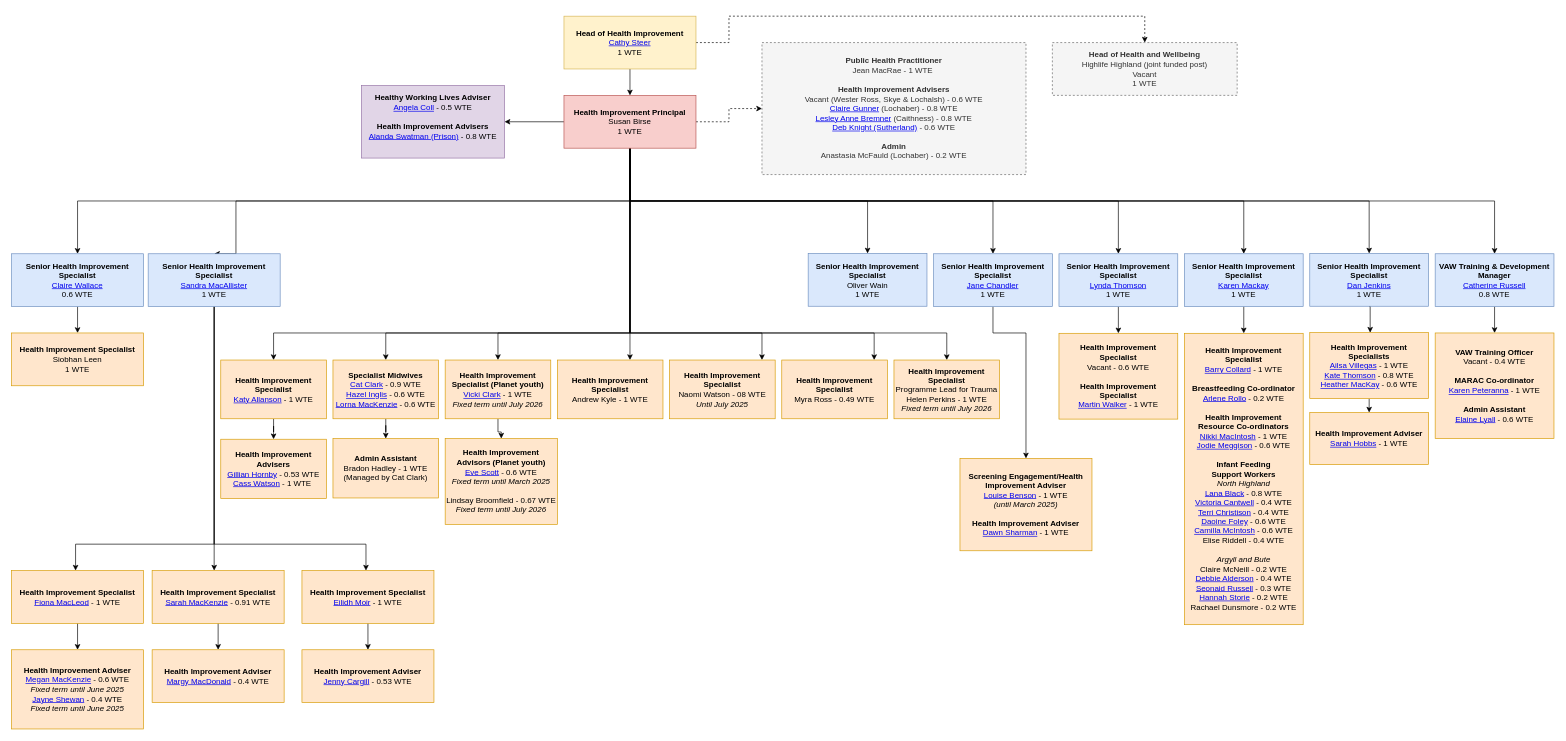
The draw.io diagram Untitled Diagram.drawio in barrycollard/staffOrgChart, before the edit. Source tidied: cells renumbered, new cells numbered last; positions are measured from the earlier drawing's top-left corner, leaving out a move shared by most shapes. Both pictures are drawn from the tidied source at 66%, with x=0, y=0 at pixel (11, 16).
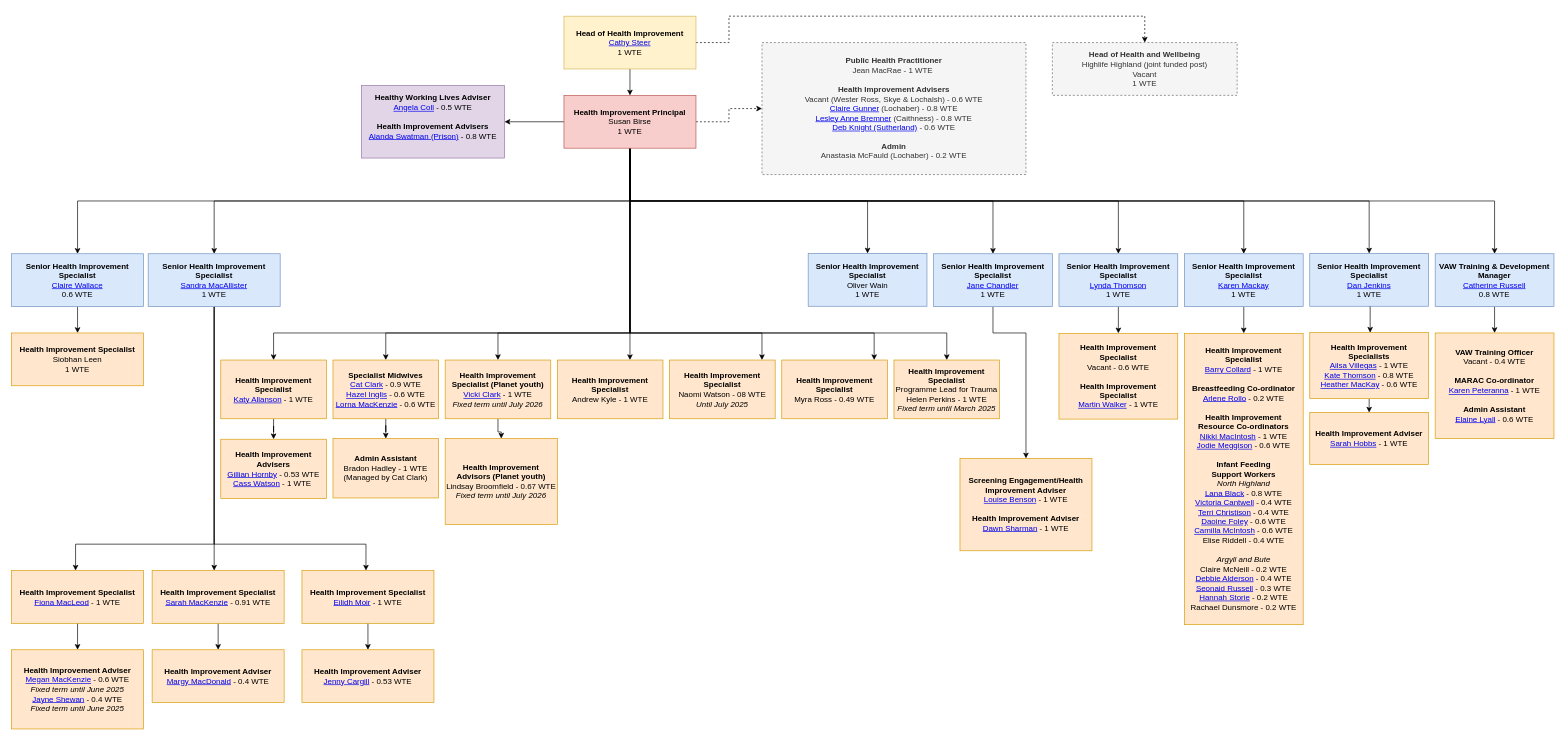
The same diagram, later.

The change refers to these unchanged cells:
```xml
<mxCell id="22" value="&lt;b&gt;Health Improvement Principal&lt;br&gt;&lt;/b&gt;Susan Birse&lt;br&gt;1 WTE" style="rounded=0;whiteSpace=wrap;html=1;align=center;fillColor=#f8cecc;strokeColor=#b85450;" parent="1" vertex="1">
  <mxGeometry x="837" y="120" width="200" height="80" as="geometry" />
</mxCell>
<mxCell id="29" value="&lt;div&gt;&lt;b&gt;Senior Health Improvement Specialist&lt;/b&gt;&lt;/div&gt;&lt;div&gt;&lt;a href=&quot;https://nhshighland.publichealth.scot.nhs.uk/staff/sandra-macallister/&quot;&gt;Sandra MacAllister&lt;/a&gt;&lt;/div&gt;&lt;div&gt;1 WTE&lt;/div&gt;" style="rounded=0;whiteSpace=wrap;html=1;fillColor=#dae8fc;strokeColor=#6c8ebf;" parent="1" vertex="1">
  <mxGeometry x="207" y="360" width="200" height="80" as="geometry" />
</mxCell>
```

The edit, as a diff of the source:
```diff
@@
-    <mxCell id="9" style="edgeStyle=orthogonalEdgeStyle;rounded=0;jettySize=auto;html=1;entryX=0.5;entryY=0;entryDx=0;entryDy=0;" parent="1" edge="1" source="22" target="29">
-      <mxGeometry relative="1" as="geometry">
-        <Array as="points">
-          <mxPoint x="937" y="280" />
-          <mxPoint x="340" y="280" />
-        </Array>
-      </mxGeometry>
-    </mxCell>
@@
+    <mxCell id="9" style="edgeStyle=orthogonalEdgeStyle;rounded=0;jettySize=auto;html=1;entryX=0.5;entryY=0;entryDx=0;entryDy=0;" parent="1" edge="1" source="22" target="29">
+      <mxGeometry relative="1" as="geometry">
+        <Array as="points">
+          <mxPoint x="937" y="280" />
+          <mxPoint x="307" y="280" />
+        </Array>
+      </mxGeometry>
+    </mxCell>
@@
-    <mxCell id="43" value="&lt;b&gt;Screening Engagement/Health Improvement Adviser&lt;/b&gt;&lt;div&gt;&lt;a href=&quot;https://nhshighland.publichealth.scot.nhs.uk/staff/louise-benson/&quot;&gt;Louise Benson&lt;/a&gt; - 1 WTE&lt;br&gt;&lt;/div&gt;&lt;div&gt;&lt;i&gt;(until March 2025)&lt;/i&gt;&lt;/div&gt;&lt;div&gt;&lt;b&gt;&lt;br&gt;&lt;/b&gt;&lt;/div&gt;&lt;div&gt;&lt;b&gt;Health Improvement Adviser&lt;/b&gt;&lt;/div&gt;&lt;div&gt;&lt;a href=&quot;https://nhshighland.publichealth.scot.nhs.uk/staff/dawn-sharman/&quot;&gt;Dawn Sharman&lt;/a&gt; - 1 WTE&lt;/div&gt;" style="rounded=0;whiteSpace=wrap;html=1;fillColor=#ffe6cc;strokeColor=#d79b00;" parent="1" vertex="1">
+    <mxCell id="43" value="&lt;b&gt;Screening Engagement/Health Improvement Adviser&lt;/b&gt;&lt;div&gt;&lt;a href=&quot;https://nhshighland.publichealth.scot.nhs.uk/staff/louise-benson/&quot;&gt;Louise Benson&lt;/a&gt; - 1 WTE&lt;br&gt;&lt;/div&gt;&lt;div&gt;&lt;br&gt;&lt;/div&gt;&lt;div&gt;&lt;b&gt;Health Improvement Adviser&lt;/b&gt;&lt;/div&gt;&lt;div&gt;&lt;a href=&quot;https://nhshighland.publichealth.scot.nhs.uk/staff/dawn-sharman/&quot;&gt;Dawn Sharman&lt;/a&gt; - 1 WTE&lt;/div&gt;" style="rounded=0;whiteSpace=wrap;html=1;fillColor=#ffe6cc;strokeColor=#d79b00;" parent="1" vertex="1">
       <mxGeometry x="1437" y="670" width="200" height="140" as="geometry" />
     </mxCell>
@@
-    <mxCell id="67" value="&lt;b&gt;Health Improvement&lt;br&gt;Advisors&amp;nbsp;(Planet youth)&lt;br&gt;&lt;/b&gt;&lt;a href=&quot;https://nhshighland.publichealth.scot.nhs.uk/staff/eve-scott/&quot;&gt;Eve Scott&lt;/a&gt; - 0.6 WTE&lt;br&gt;&lt;i&gt;Fixed term until March 2025&lt;br&gt;&lt;/i&gt;&lt;br&gt;&lt;div&gt;Lindsay Broomfield&amp;nbsp;- 0.67 WTE&lt;br style=&quot;border-color: var(--border-color);&quot;&gt;&lt;i&gt;Fixed term until July 2026&lt;/i&gt;&lt;b&gt;&lt;br&gt;&lt;/b&gt;&lt;/div&gt;" style="rounded=0;whiteSpace=wrap;html=1;fillColor=#ffe6cc;strokeColor=#d79b00;" parent="1" vertex="1">
+    <mxCell id="67" value="&lt;b&gt;Health Improvement&lt;br&gt;Advisors&amp;nbsp;(Planet youth)&lt;br&gt;&lt;/b&gt;&lt;div&gt;Lindsay Broomfield&amp;nbsp;- 0.67 WTE&lt;br style=&quot;border-color: var(--border-color);&quot;&gt;&lt;i&gt;Fixed term until July 2026&lt;/i&gt;&lt;b&gt;&lt;br&gt;&lt;/b&gt;&lt;/div&gt;" style="rounded=0;whiteSpace=wrap;html=1;fillColor=#ffe6cc;strokeColor=#d79b00;" parent="1" vertex="1">
       <mxGeometry x="657" y="640" width="170" height="130" as="geometry" />
     </mxCell>
@@
-    <mxCell id="72" value="&lt;div&gt;&lt;b&gt;Health Improvement&lt;/b&gt;&lt;/div&gt;&lt;div&gt;&lt;b&gt;Specialist&lt;/b&gt;&lt;/div&gt;&lt;div&gt;&lt;span&gt;Programme Lead for Trauma&lt;/span&gt;&lt;/div&gt;&lt;div&gt;&lt;span&gt;Helen Perkins - 1 WTE&lt;/span&gt;&lt;/div&gt;&lt;div&gt;&lt;span&gt;&lt;i&gt;Fixed term until July 2026&lt;/i&gt;&lt;/span&gt;&lt;br&gt;&lt;/div&gt;" style="rounded=0;whiteSpace=wrap;html=1;fillColor=#ffe6cc;strokeColor=#d79b00;" parent="1" vertex="1">
+    <mxCell id="72" value="&lt;div&gt;&lt;b&gt;Health Improvement&lt;/b&gt;&lt;/div&gt;&lt;div&gt;&lt;b&gt;Specialist&lt;/b&gt;&lt;/div&gt;&lt;div&gt;&lt;span&gt;Programme Lead for Trauma&lt;/span&gt;&lt;/div&gt;&lt;div&gt;&lt;span&gt;Helen Perkins - 1 WTE&lt;/span&gt;&lt;/div&gt;&lt;div&gt;&lt;span&gt;&lt;i&gt;Fixed term until March 2025&lt;/i&gt;&lt;/span&gt;&lt;br&gt;&lt;/div&gt;" style="rounded=0;whiteSpace=wrap;html=1;fillColor=#ffe6cc;strokeColor=#d79b00;" parent="1" vertex="1">
       <mxGeometry x="1337" y="521" width="160" height="89" as="geometry" />
     </mxCell>
```
